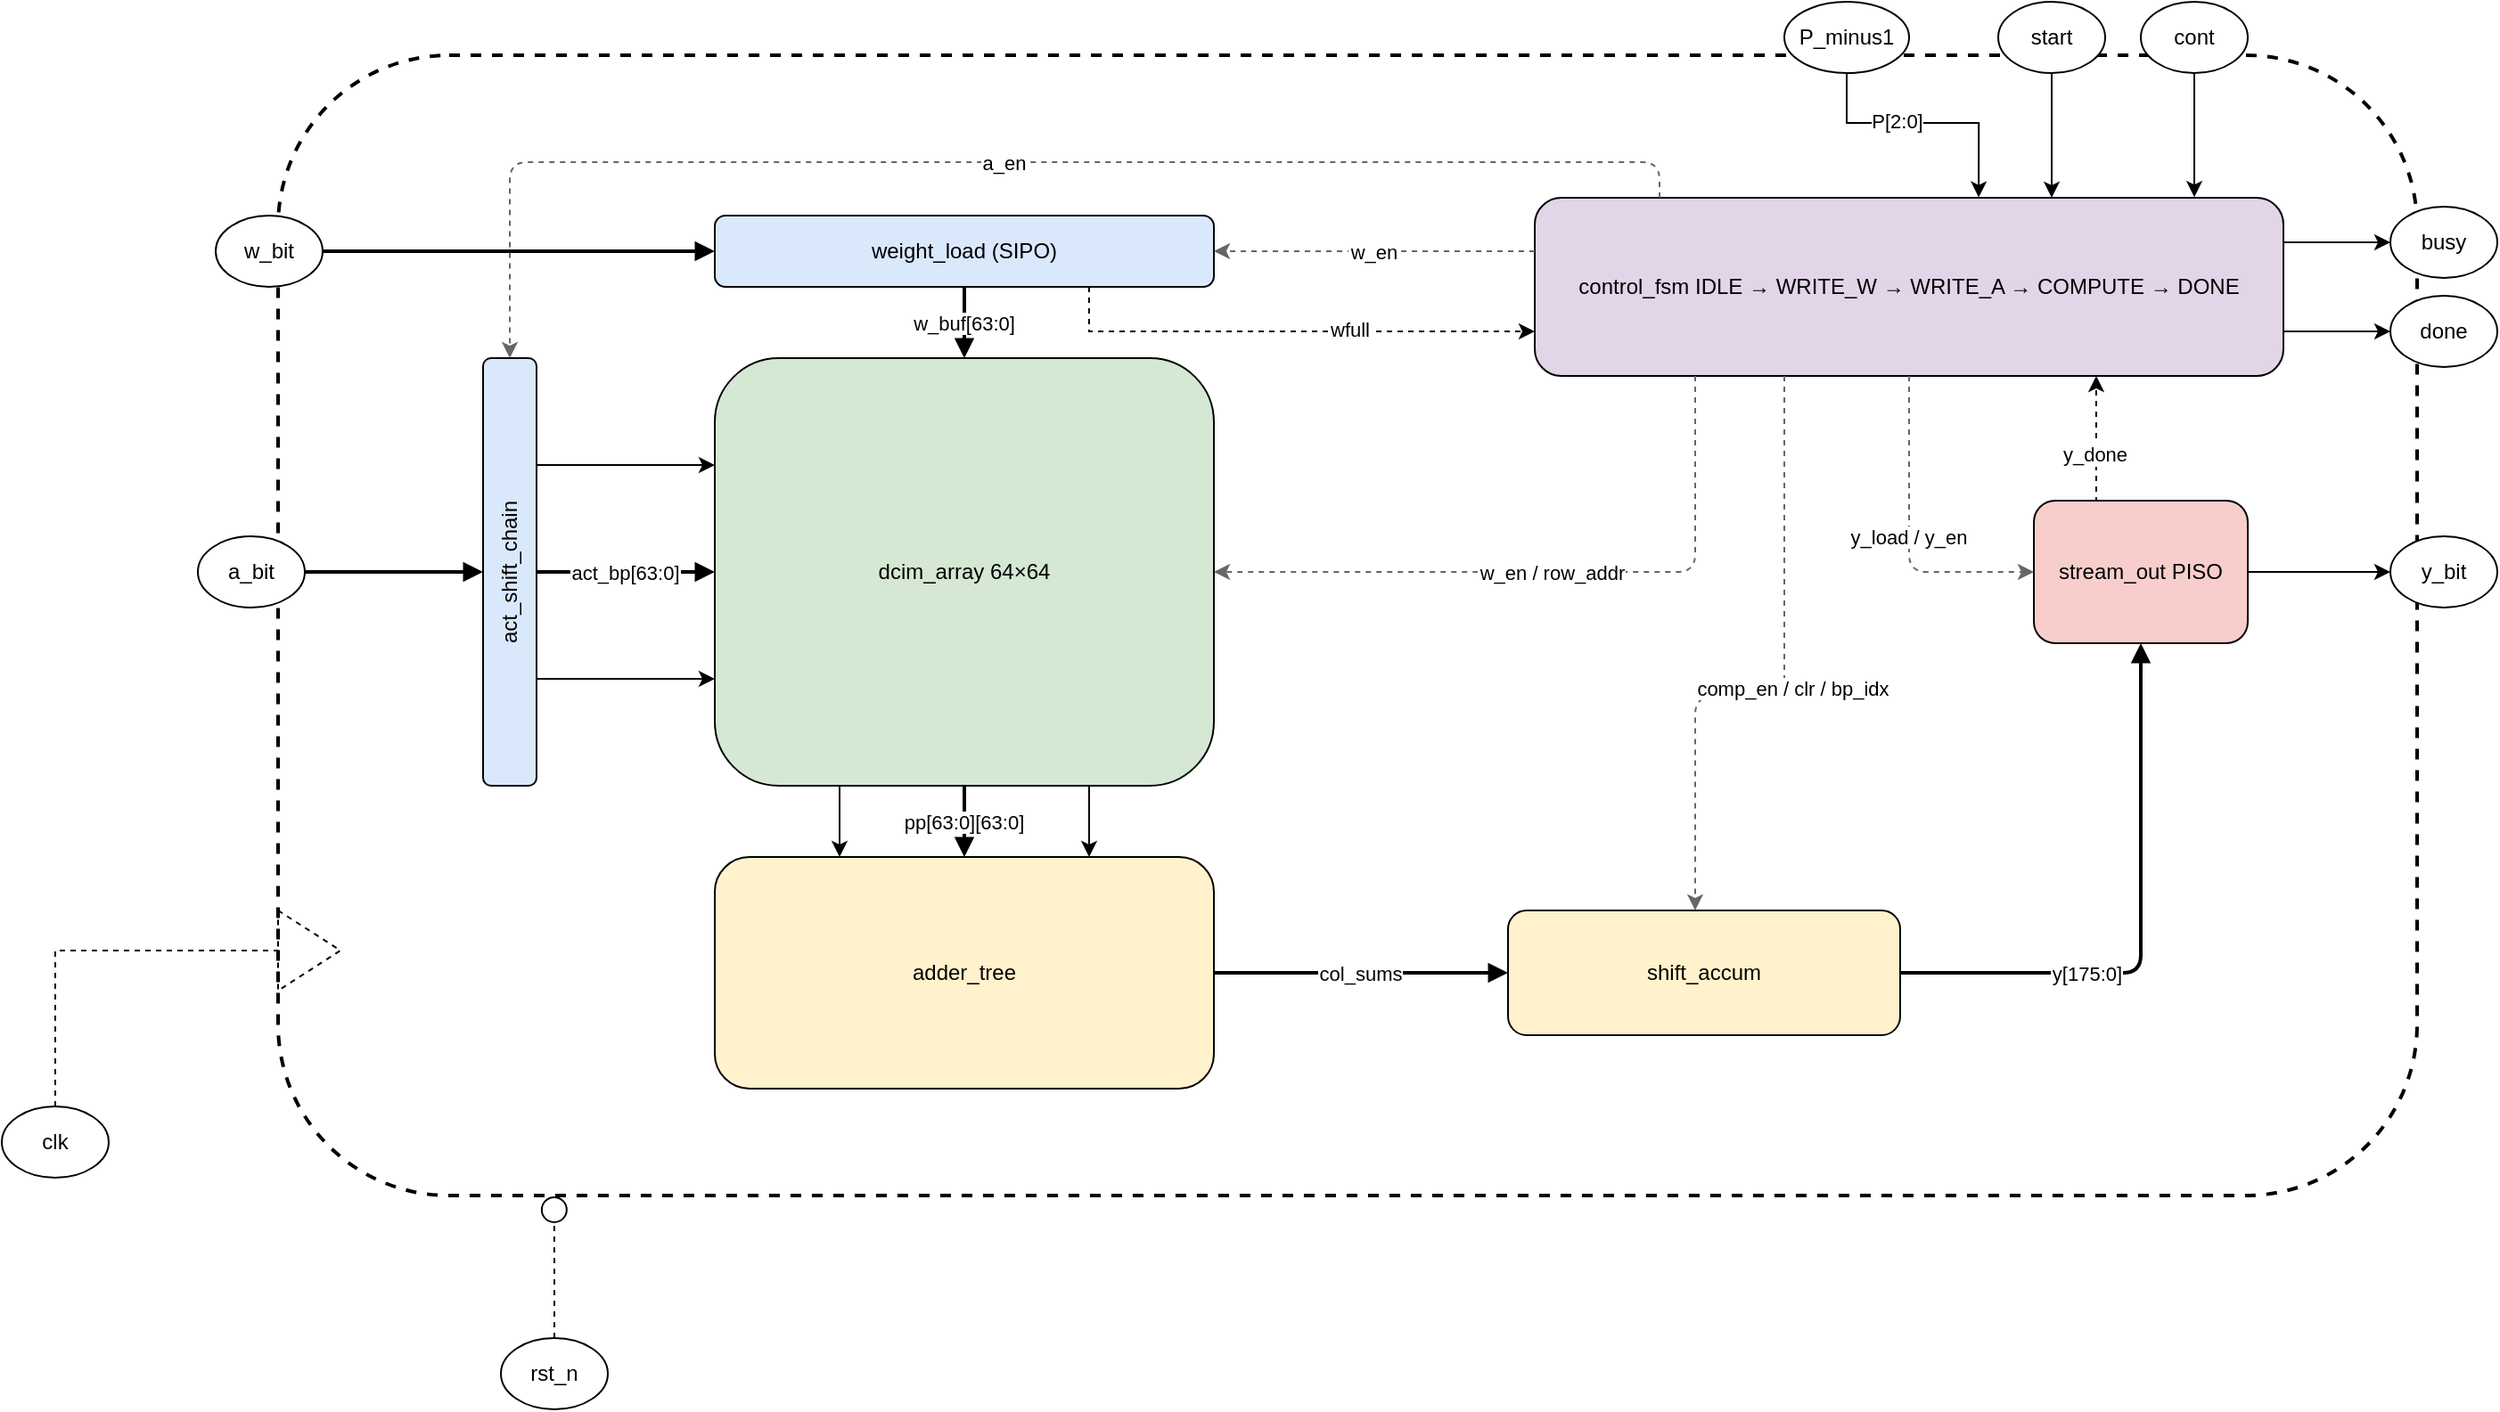
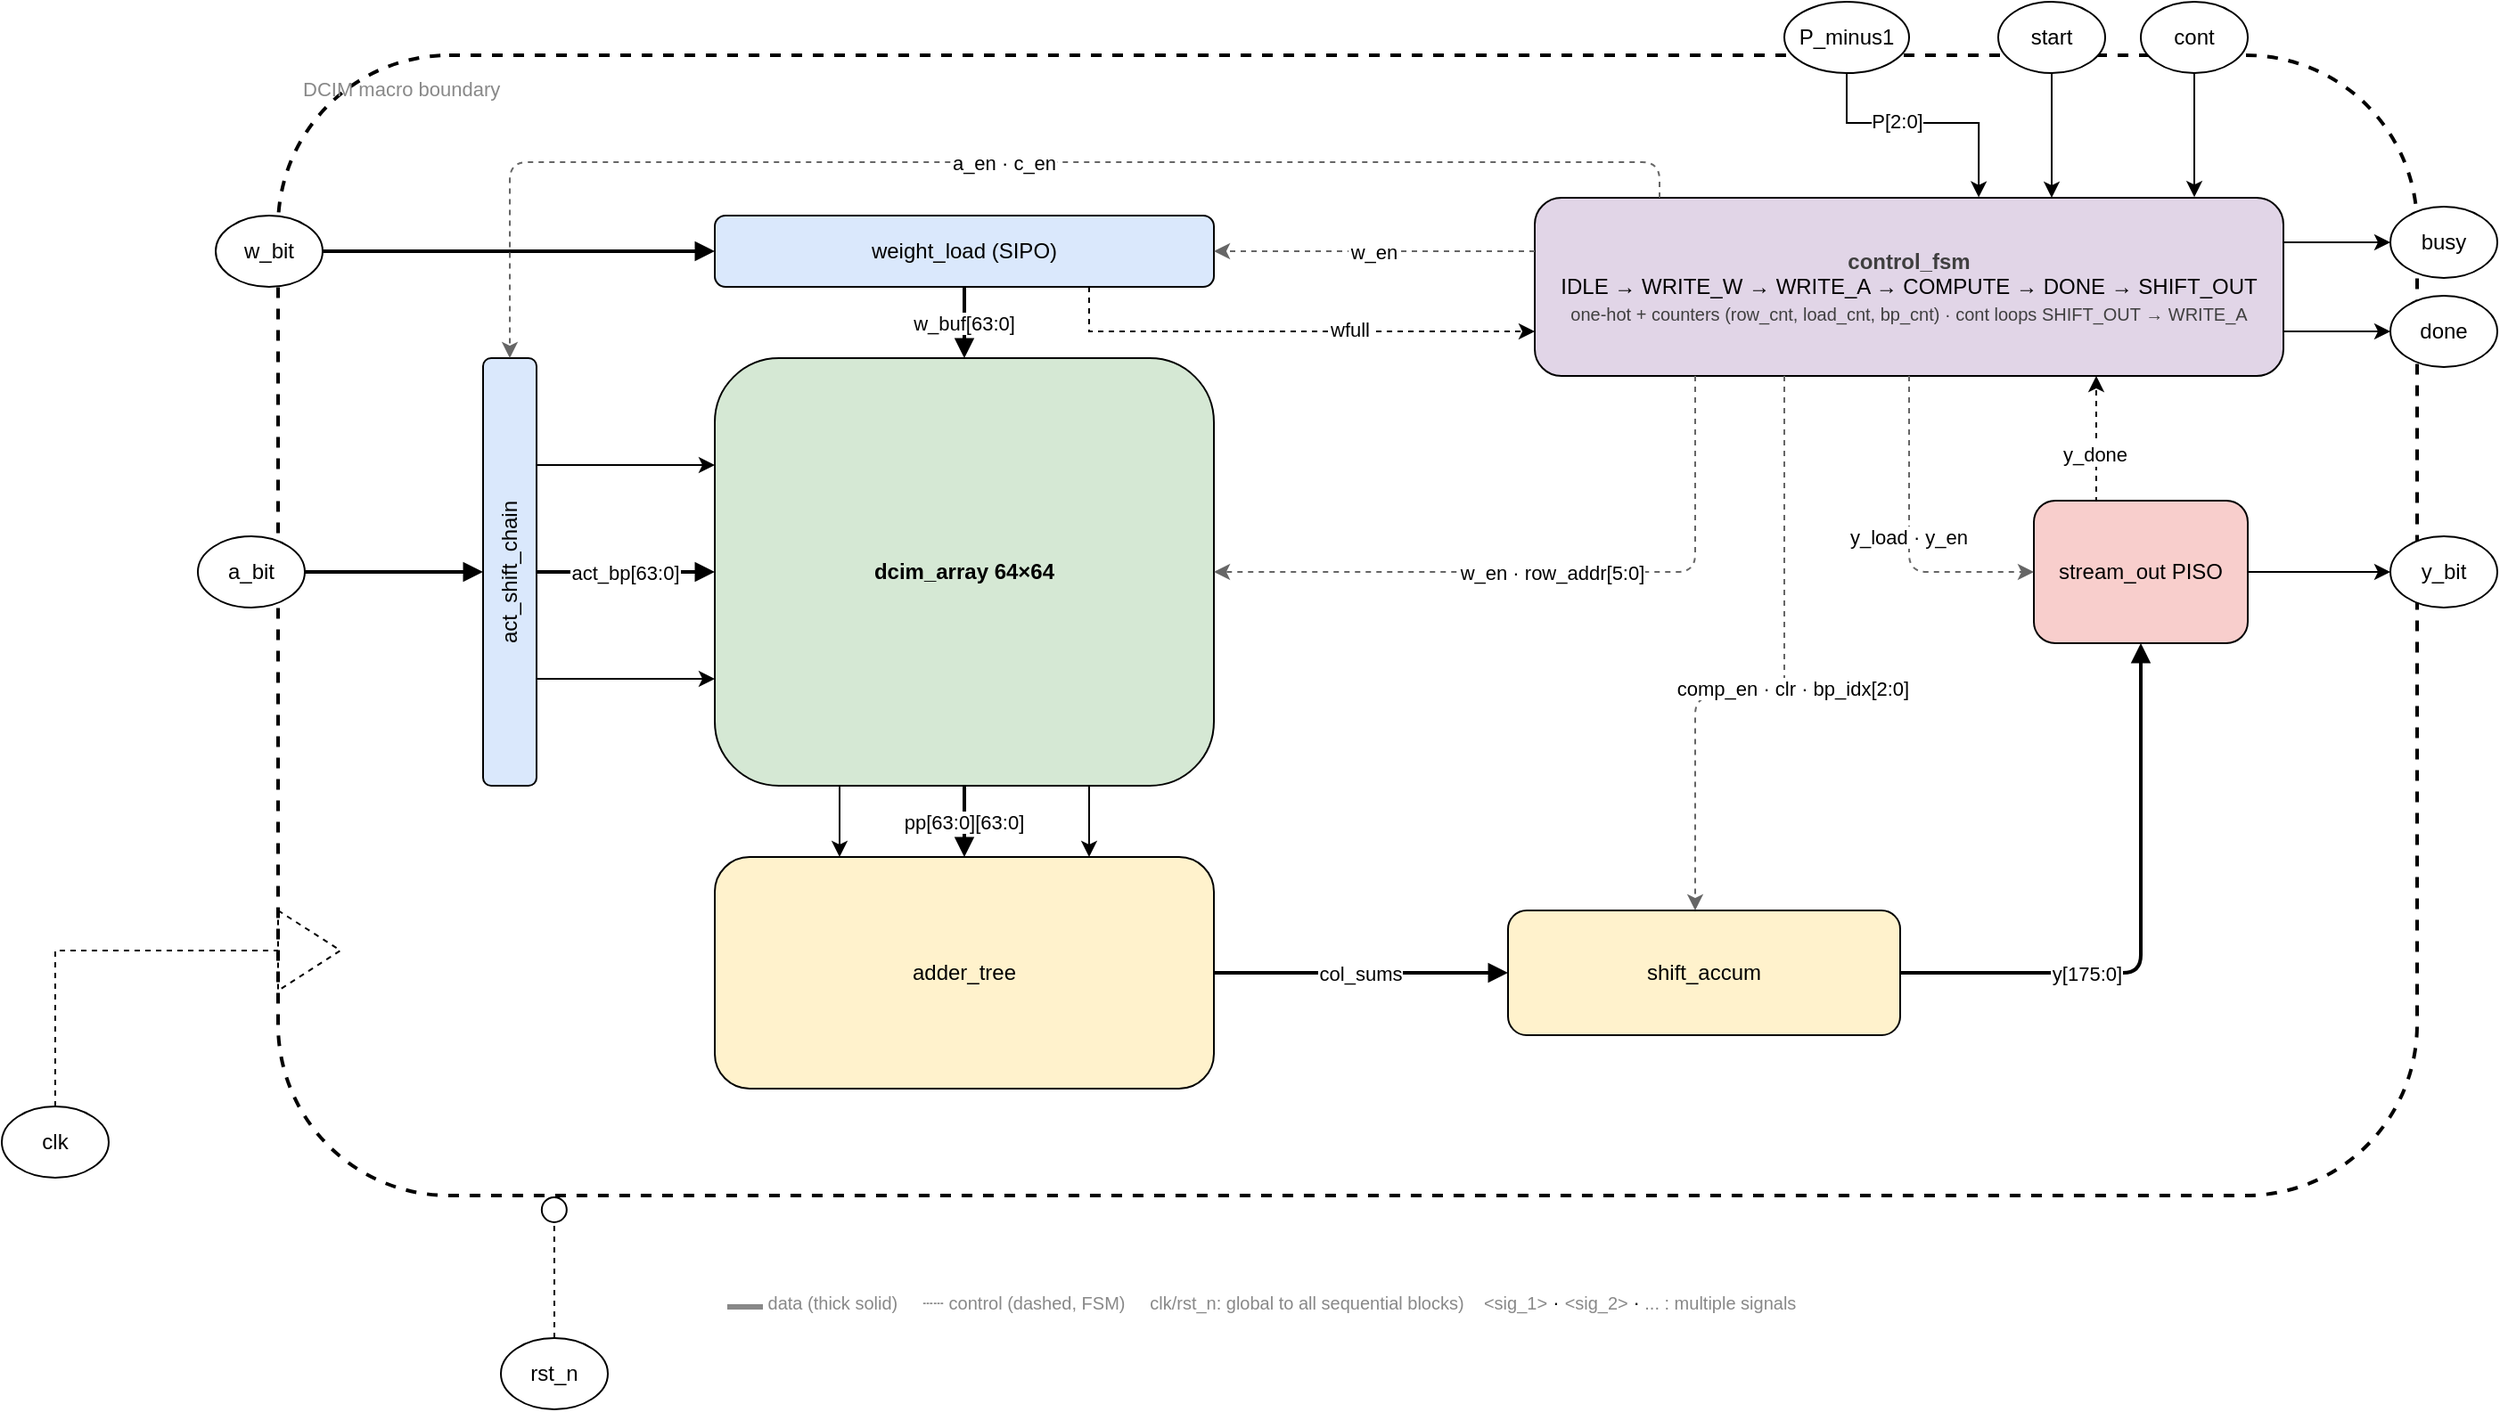
<mxfile host="65bd71144e">
    <diagram name="DCIM Macro Architecture" id="0">
-         <mxGraphModel dx="630" dy="434" grid="1" gridSize="5" guides="1" tooltips="1" connect="1" arrows="1" fold="1" page="1" pageScale="1" pageWidth="850" pageHeight="1100" math="0" shadow="0">
+         <mxGraphModel dx="1075" dy="570" grid="1" gridSize="5" guides="1" tooltips="1" connect="1" arrows="1" fold="1" page="1" pageScale="1" pageWidth="850" pageHeight="1100" math="0" shadow="0">
            <root>
                <mxCell id="0"/>
                <mxCell id="1" parent="0"/>
-                 <mxCell id="macro" value=" " style="rounded=1;whiteSpace=wrap;html=1;strokeColor=#000000;dashed=1;fillColor=none;strokeWidth=2;" parent="1" vertex="1">
+                 <mxCell id="4" value="DCIM macro boundary" style="rounded=1;whiteSpace=wrap;html=1;strokeColor=#000000;dashed=1;fillColor=none;strokeWidth=2;verticalAlign=top;align=left;spacingLeft=12;spacingTop=6;fontSize=11;fontColor=#888888;" vertex="1" parent="1">
                    <mxGeometry x="205" y="190" width="1200" height="640" as="geometry"/>
                </mxCell>
                <mxCell id="w_bit" value="w_bit" style="ellipse;whiteSpace=wrap;html=1;fillColor=#ffffff;" parent="1" vertex="1">
                    <mxGeometry x="170" y="280" width="60" height="40" as="geometry"/>
                </mxCell>
                <mxCell id="a_bit" value="a_bit" style="ellipse;whiteSpace=wrap;html=1;fillColor=#ffffff;" parent="1" vertex="1">
                    <mxGeometry x="160" y="460" width="60" height="40" as="geometry"/>
                </mxCell>
                <mxCell id="1HYrG322IdCjEMsv3LXA-39" style="edgeStyle=orthogonalEdgeStyle;rounded=0;orthogonalLoop=1;jettySize=auto;html=1;exitX=0.75;exitY=1;exitDx=0;exitDy=0;entryX=0;entryY=0.75;entryDx=0;entryDy=0;dashed=1;strokeColor=light-dark(#000000,#959595);" parent="1" source="weight_load" target="fsm" edge="1">
                    <mxGeometry relative="1" as="geometry"/>
                </mxCell>
                <mxCell id="1HYrG322IdCjEMsv3LXA-40" value="wfull" style="edgeLabel;html=1;align=center;verticalAlign=middle;resizable=0;points=[];" parent="1HYrG322IdCjEMsv3LXA-39" connectable="0" vertex="1">
                    <mxGeometry x="0.2393" y="1" relative="1" as="geometry">
                        <mxPoint as="offset"/>
                    </mxGeometry>
                </mxCell>
                <mxCell id="weight_load" value="weight_load (SIPO)" style="rounded=1;whiteSpace=wrap;html=1;fillColor=#dae8fc;" parent="1" vertex="1">
                    <mxGeometry x="450" y="280" width="280" height="40" as="geometry"/>
                </mxCell>
                <mxCell id="1HYrG322IdCjEMsv3LXA-5" style="edgeStyle=orthogonalEdgeStyle;rounded=0;orthogonalLoop=1;jettySize=auto;html=1;exitX=1;exitY=0.25;exitDx=0;exitDy=0;entryX=0;entryY=0.25;entryDx=0;entryDy=0;" parent="1" source="act_shift" target="array" edge="1">
                    <mxGeometry relative="1" as="geometry"/>
                </mxCell>
                <mxCell id="1HYrG322IdCjEMsv3LXA-6" style="edgeStyle=orthogonalEdgeStyle;rounded=0;orthogonalLoop=1;jettySize=auto;html=1;exitX=1;exitY=0.75;exitDx=0;exitDy=0;entryX=0;entryY=0.75;entryDx=0;entryDy=0;" parent="1" source="act_shift" target="array" edge="1">
                    <mxGeometry relative="1" as="geometry"/>
                </mxCell>
                <mxCell id="act_shift" value="act_shift_chain" style="rounded=1;whiteSpace=wrap;html=1;fillColor=#dae8fc;horizontal=0;" parent="1" vertex="1">
                    <mxGeometry x="320" y="360" width="30" height="240" as="geometry"/>
                </mxCell>
                <mxCell id="1HYrG322IdCjEMsv3LXA-11" style="edgeStyle=orthogonalEdgeStyle;rounded=0;orthogonalLoop=1;jettySize=auto;html=1;exitX=0.25;exitY=1;exitDx=0;exitDy=0;entryX=0.25;entryY=0;entryDx=0;entryDy=0;" parent="1" source="array" target="adder" edge="1">
                    <mxGeometry relative="1" as="geometry"/>
                </mxCell>
                <mxCell id="1HYrG322IdCjEMsv3LXA-12" style="edgeStyle=orthogonalEdgeStyle;rounded=0;orthogonalLoop=1;jettySize=auto;html=1;exitX=0.75;exitY=1;exitDx=0;exitDy=0;entryX=0.75;entryY=0;entryDx=0;entryDy=0;" parent="1" source="array" target="adder" edge="1">
                    <mxGeometry relative="1" as="geometry"/>
                </mxCell>
-                 <mxCell id="array" value="dcim_array 64×64" style="rounded=1;whiteSpace=wrap;html=1;fillColor=#d5e8d4;" parent="1" vertex="1">
+                 <mxCell id="array" value="&lt;b&gt;dcim_array 64×64&lt;/b&gt;" style="rounded=1;whiteSpace=wrap;html=1;fillColor=#d5e8d4;" parent="1" vertex="1">
                    <mxGeometry x="450" y="360" width="280" height="240" as="geometry"/>
                </mxCell>
                <mxCell id="adder" value="adder_tree" style="rounded=1;whiteSpace=wrap;html=1;fillColor=#fff2cc;" parent="1" vertex="1">
                    <mxGeometry x="450" y="640" width="280" height="130" as="geometry"/>
                </mxCell>
                <mxCell id="accum" value="shift_accum" style="rounded=1;whiteSpace=wrap;html=1;fillColor=#fff2cc;" parent="1" vertex="1">
                    <mxGeometry x="895" y="670" width="220" height="70" as="geometry"/>
                </mxCell>
                <mxCell id="1HYrG322IdCjEMsv3LXA-41" style="edgeStyle=orthogonalEdgeStyle;rounded=0;orthogonalLoop=1;jettySize=auto;html=1;exitX=0.5;exitY=0;exitDx=0;exitDy=0;entryX=0.75;entryY=1;entryDx=0;entryDy=0;strokeColor=light-dark(#000000,#959595);dashed=1;" parent="1" source="stream" target="fsm" edge="1">
                    <mxGeometry relative="1" as="geometry">
                        <Array as="points">
                            <mxPoint x="1225" y="440"/>
                        </Array>
                    </mxGeometry>
                </mxCell>
                <mxCell id="1HYrG322IdCjEMsv3LXA-42" value="y_done" style="edgeLabel;html=1;align=center;verticalAlign=middle;resizable=0;points=[];" parent="1HYrG322IdCjEMsv3LXA-41" connectable="0" vertex="1">
                    <mxGeometry x="0.0868" y="1" relative="1" as="geometry">
                        <mxPoint as="offset"/>
                    </mxGeometry>
                </mxCell>
                <mxCell id="stream" value="stream_out PISO" style="rounded=1;whiteSpace=wrap;html=1;fillColor=#f8cecc;" parent="1" vertex="1">
                    <mxGeometry x="1190" y="440" width="120" height="80" as="geometry"/>
                </mxCell>
                <mxCell id="y_bit" value="y_bit" style="ellipse;whiteSpace=wrap;html=1;fillColor=#ffffff;" parent="1" vertex="1">
                    <mxGeometry x="1390" y="460" width="60" height="40" as="geometry"/>
                </mxCell>
                <mxCell id="ucsd4Uuv_09g0xMcgrOr-7" style="edgeStyle=none;html=1;exitX=1;exitY=0.25;exitDx=0;exitDy=0;entryX=0;entryY=0.5;entryDx=0;entryDy=0;" parent="1" source="fsm" target="ucsd4Uuv_09g0xMcgrOr-4" edge="1">
                    <mxGeometry relative="1" as="geometry"/>
                </mxCell>
-                 <mxCell id="fsm" value="control_fsm IDLE → WRITE_W → WRITE_A → COMPUTE → DONE" style="rounded=1;whiteSpace=wrap;html=1;fillColor=#e1d5e7;" parent="1" vertex="1">
+                 <mxCell id="fsm" value="&lt;b style=&quot;color: rgb(63, 63, 63); scrollbar-color: rgb(226, 226, 226) rgb(251, 251, 251);&quot;&gt;control_fsm&lt;/b&gt;&lt;br style=&quot;color: rgb(63, 63, 63); scrollbar-color: rgb(226, 226, 226) rgb(251, 251, 251);&quot;&gt;&lt;span style=&quot;color: rgb(0, 0, 0);&quot;&gt;IDLE → WRITE_W → WRITE_A → COMPUTE → DONE → SHIFT_OUT&lt;/span&gt;&lt;br style=&quot;color: rgb(63, 63, 63); scrollbar-color: rgb(226, 226, 226) rgb(251, 251, 251);&quot;&gt;&lt;font style=&quot;color: rgb(63, 63, 63); scrollbar-color: rgb(226, 226, 226) rgb(251, 251, 251); font-size: 10px;&quot;&gt;one-hot + counters (row_cnt, load_cnt, bp_cnt) · cont loops SHIFT_OUT → WRITE_A&lt;/font&gt;" style="rounded=1;whiteSpace=wrap;html=1;fillColor=#e1d5e7;" parent="1" vertex="1">
                    <mxGeometry x="910" y="270" width="420" height="100" as="geometry"/>
                </mxCell>
                <mxCell id="e1" style="edgeStyle=orthogonalEdgeStyle;endArrow=block;strokeWidth=2;" parent="1" source="w_bit" target="weight_load" edge="1">
                    <mxGeometry relative="1" as="geometry">
                        <Array as="points">
                            <mxPoint x="250" y="300"/>
                            <mxPoint x="250" y="300"/>
                        </Array>
                    </mxGeometry>
                </mxCell>
                <mxCell id="e2" style="edgeStyle=orthogonalEdgeStyle;endArrow=block;strokeWidth=2;" parent="1" source="a_bit" target="act_shift" edge="1">
                    <mxGeometry relative="1" as="geometry"/>
                </mxCell>
                <mxCell id="e3" value="w_buf[63:0]" style="edgeStyle=orthogonalEdgeStyle;endArrow=block;strokeWidth=2;" parent="1" source="weight_load" target="array" edge="1">
                    <mxGeometry relative="1" as="geometry"/>
                </mxCell>
                <mxCell id="e4" value="act_bp[63:0]" style="edgeStyle=orthogonalEdgeStyle;endArrow=block;strokeWidth=2;" parent="1" source="act_shift" target="array" edge="1">
-                     <mxGeometry relative="1" as="geometry"/>
+                     <mxGeometry relative="1" as="geometry">
+                         <mxPoint as="offset"/>
+                     </mxGeometry>
                </mxCell>
                <mxCell id="e5" value="pp[63:0][63:0]" style="edgeStyle=orthogonalEdgeStyle;endArrow=block;strokeWidth=2;" parent="1" source="array" target="adder" edge="1">
                    <mxGeometry relative="1" as="geometry"/>
                </mxCell>
                <mxCell id="e6" value="col_sums" style="edgeStyle=orthogonalEdgeStyle;endArrow=block;strokeWidth=2;" parent="1" source="adder" target="accum" edge="1">
                    <mxGeometry relative="1" as="geometry"/>
                </mxCell>
                <mxCell id="e7" value="y[175:0]" style="edgeStyle=orthogonalEdgeStyle;endArrow=block;strokeWidth=2;" parent="1" source="accum" target="stream" edge="1">
                    <mxGeometry x="-0.3425" relative="1" as="geometry">
                        <mxPoint as="offset"/>
                    </mxGeometry>
                </mxCell>
                <mxCell id="e8" parent="1" source="stream" target="y_bit" edge="1">
                    <mxGeometry relative="1" as="geometry"/>
                </mxCell>
                <mxCell id="c1" value="w_en" style="edgeStyle=orthogonalEdgeStyle;dashed=1;strokeColor=#666666;" parent="1" source="fsm" target="weight_load" edge="1">
                    <mxGeometry relative="1" as="geometry">
                        <mxPoint as="offset"/>
                        <Array as="points">
                            <mxPoint x="880" y="300"/>
                            <mxPoint x="880" y="300"/>
                        </Array>
                    </mxGeometry>
                </mxCell>
-                 <mxCell id="c2" value="a_en" style="edgeStyle=orthogonalEdgeStyle;dashed=1;strokeColor=#666666;" parent="1" source="fsm" target="act_shift" edge="1">
+                 <mxCell id="c2" value="a_en · c_en" style="edgeStyle=orthogonalEdgeStyle;dashed=1;strokeColor=#666666;" parent="1" source="fsm" target="act_shift" edge="1">
                    <mxGeometry relative="1" as="geometry">
                        <Array as="points">
                            <mxPoint x="980" y="250"/>
                            <mxPoint x="335" y="250"/>
                        </Array>
                    </mxGeometry>
                </mxCell>
-                 <mxCell id="c3" value="w_en / row_addr" style="edgeStyle=orthogonalEdgeStyle;dashed=1;strokeColor=#666666;" parent="1" source="fsm" target="array" edge="1">
+                 <mxCell id="c3" value="w_en · row_addr[5:0]" style="edgeStyle=orthogonalEdgeStyle;dashed=1;strokeColor=#666666;" parent="1" source="fsm" target="array" edge="1">
                    <mxGeometry relative="1" as="geometry">
                        <mxPoint as="offset"/>
                        <Array as="points">
                            <mxPoint x="1000" y="480"/>
                        </Array>
                    </mxGeometry>
                </mxCell>
-                 <mxCell id="c4" value="comp_en / clr / bp_idx" style="edgeStyle=orthogonalEdgeStyle;dashed=1;strokeColor=#666666;" parent="1" source="fsm" target="accum" edge="1">
+                 <mxCell id="c4" value="comp_en · clr · bp_idx[2:0]" style="edgeStyle=orthogonalEdgeStyle;dashed=1;strokeColor=#666666;" parent="1" source="fsm" target="accum" edge="1">
                    <mxGeometry y="5" relative="1" as="geometry">
                        <Array as="points">
                            <mxPoint x="1050" y="550"/>
                            <mxPoint x="1000" y="550"/>
                        </Array>
                        <mxPoint as="offset"/>
                    </mxGeometry>
                </mxCell>
-                 <mxCell id="c5" value="y_load / y_en" style="edgeStyle=orthogonalEdgeStyle;dashed=1;strokeColor=#666666;" parent="1" source="fsm" target="stream" edge="1">
+                 <mxCell id="c5" value="y_load · y_en" style="edgeStyle=orthogonalEdgeStyle;dashed=1;strokeColor=#666666;" parent="1" source="fsm" target="stream" edge="1">
                    <mxGeometry relative="1" as="geometry">
                        <Array as="points">
                            <mxPoint x="1120" y="480"/>
                        </Array>
                    </mxGeometry>
                </mxCell>
                <mxCell id="1HYrG322IdCjEMsv3LXA-18" value="cont" style="ellipse;whiteSpace=wrap;html=1;fillColor=#ffffff;" parent="1" vertex="1">
                    <mxGeometry x="1250" y="160" width="60" height="40" as="geometry"/>
                </mxCell>
                <mxCell id="1HYrG322IdCjEMsv3LXA-19" value="start" style="ellipse;whiteSpace=wrap;html=1;fillColor=#ffffff;" parent="1" vertex="1">
                    <mxGeometry x="1170" y="160" width="60" height="40" as="geometry"/>
                </mxCell>
                <mxCell id="1HYrG322IdCjEMsv3LXA-20" value="P_minus1" style="ellipse;whiteSpace=wrap;html=1;fillColor=#ffffff;" parent="1" vertex="1">
                    <mxGeometry x="1050" y="160" width="70" height="40" as="geometry"/>
                </mxCell>
                <mxCell id="1HYrG322IdCjEMsv3LXA-21" style="edgeStyle=orthogonalEdgeStyle;rounded=0;orthogonalLoop=1;jettySize=auto;html=1;exitX=0.5;exitY=1;exitDx=0;exitDy=0;entryX=0.593;entryY=-0.002;entryDx=0;entryDy=0;entryPerimeter=0;labelBackgroundColor=none;" parent="1" source="1HYrG322IdCjEMsv3LXA-20" target="fsm" edge="1">
                    <mxGeometry relative="1" as="geometry">
                        <Array as="points">
                            <mxPoint x="1085" y="228"/>
                            <mxPoint x="1159" y="228"/>
                        </Array>
                        <mxPoint x="1084.65" y="199.2" as="sourcePoint"/>
                        <mxPoint x="1159.4" y="280" as="targetPoint"/>
                    </mxGeometry>
                </mxCell>
                <mxCell id="ucsd4Uuv_09g0xMcgrOr-26" value="P[2:0]" style="edgeLabel;html=1;align=center;verticalAlign=middle;resizable=0;points=[];" parent="1HYrG322IdCjEMsv3LXA-21" vertex="1" connectable="0">
                    <mxGeometry x="-0.2189" y="1" relative="1" as="geometry">
                        <mxPoint as="offset"/>
                    </mxGeometry>
                </mxCell>
                <mxCell id="1HYrG322IdCjEMsv3LXA-22" style="edgeStyle=orthogonalEdgeStyle;rounded=0;orthogonalLoop=1;jettySize=auto;html=1;exitX=0.5;exitY=1;exitDx=0;exitDy=0;" parent="1" source="1HYrG322IdCjEMsv3LXA-19" edge="1">
                    <mxGeometry relative="1" as="geometry">
                        <Array as="points">
                            <mxPoint x="1200" y="238"/>
                            <mxPoint x="1200" y="238"/>
                        </Array>
                        <mxPoint x="1199.97" y="200" as="sourcePoint"/>
                        <mxPoint x="1200" y="270" as="targetPoint"/>
                    </mxGeometry>
                </mxCell>
                <mxCell id="1HYrG322IdCjEMsv3LXA-28" value="" style="triangle;whiteSpace=wrap;html=1;dashed=1;fillColor=none;" parent="1" vertex="1">
                    <mxGeometry x="205" y="670" width="35" height="45" as="geometry"/>
                </mxCell>
                <mxCell id="1HYrG322IdCjEMsv3LXA-32" style="edgeStyle=orthogonalEdgeStyle;rounded=0;orthogonalLoop=1;jettySize=auto;html=1;exitX=0.5;exitY=0;exitDx=0;exitDy=0;entryX=0;entryY=0.5;entryDx=0;entryDy=0;dashed=1;endArrow=none;endFill=0;" parent="1" source="1HYrG322IdCjEMsv3LXA-29" target="1HYrG322IdCjEMsv3LXA-28" edge="1">
                    <mxGeometry relative="1" as="geometry"/>
                </mxCell>
                <mxCell id="1HYrG322IdCjEMsv3LXA-29" value="clk" style="ellipse;whiteSpace=wrap;html=1;fillColor=#ffffff;" parent="1" vertex="1">
                    <mxGeometry x="50" y="780" width="60" height="40" as="geometry"/>
                </mxCell>
                <mxCell id="1HYrG322IdCjEMsv3LXA-34" style="edgeStyle=orthogonalEdgeStyle;rounded=0;orthogonalLoop=1;jettySize=auto;html=1;exitX=0.5;exitY=0;exitDx=0;exitDy=0;entryX=0.5;entryY=1;entryDx=0;entryDy=0;dashed=1;endArrow=circle;endFill=0;" parent="1" source="1HYrG322IdCjEMsv3LXA-30" edge="1">
                    <mxGeometry relative="1" as="geometry">
                        <mxPoint x="359.9" y="890" as="sourcePoint"/>
                        <mxPoint x="359.9" y="830" as="targetPoint"/>
                    </mxGeometry>
                </mxCell>
                <mxCell id="1HYrG322IdCjEMsv3LXA-30" value="rst_n" style="ellipse;whiteSpace=wrap;html=1;fillColor=#ffffff;" parent="1" vertex="1">
                    <mxGeometry x="330" y="910" width="60" height="40" as="geometry"/>
                </mxCell>
                <mxCell id="ucsd4Uuv_09g0xMcgrOr-2" style="edgeStyle=none;html=1;exitX=0.5;exitY=1;exitDx=0;exitDy=0;entryX=0.881;entryY=-0.004;entryDx=0;entryDy=0;entryPerimeter=0;" parent="1" source="1HYrG322IdCjEMsv3LXA-18" target="fsm" edge="1">
                    <mxGeometry relative="1" as="geometry">
                        <mxPoint x="1279.86" y="199" as="sourcePoint"/>
                        <mxPoint x="1279.8799999999999" y="270" as="targetPoint"/>
                    </mxGeometry>
                </mxCell>
                <mxCell id="ucsd4Uuv_09g0xMcgrOr-4" value="busy" style="ellipse;whiteSpace=wrap;html=1;fillColor=#ffffff;horizontal=1;" parent="1" vertex="1">
                    <mxGeometry x="1390" y="275" width="60" height="40" as="geometry"/>
                </mxCell>
                <mxCell id="ucsd4Uuv_09g0xMcgrOr-24" style="edgeStyle=none;html=1;entryX=0;entryY=0.5;entryDx=0;entryDy=0;exitX=1;exitY=0.75;exitDx=0;exitDy=0;" parent="1" source="fsm" target="ucsd4Uuv_09g0xMcgrOr-25" edge="1">
                    <mxGeometry relative="1" as="geometry">
                        <mxPoint x="1345" y="340" as="sourcePoint"/>
                    </mxGeometry>
                </mxCell>
                <mxCell id="ucsd4Uuv_09g0xMcgrOr-25" value="done" style="ellipse;whiteSpace=wrap;html=1;fillColor=#ffffff;horizontal=1;" parent="1" vertex="1">
                    <mxGeometry x="1390" y="325" width="60" height="40" as="geometry"/>
+                 </mxCell>
+                 <mxCell id="5" value="▬▬ data (thick solid) &amp;nbsp;&amp;nbsp;&amp;nbsp; ┄┄ control (dashed, FSM) &amp;nbsp;&amp;nbsp;&amp;nbsp; clk/rst_n: global to all sequential blocks&lt;span style=&quot;color: rgb(136, 136, 136);&quot;&gt;)&amp;nbsp; &amp;nbsp; &amp;lt;sig_1&amp;gt;&lt;span style=&quot;color: rgb(0, 0, 0); font-size: 11px; text-align: center; background-color: rgb(255, 255, 255);&quot;&gt;&amp;nbsp;· &lt;/span&gt;&amp;lt;sig_2&amp;gt;&amp;nbsp;&lt;span style=&quot;color: rgb(0, 0, 0); font-size: 11px; text-align: center; background-color: rgb(255, 255, 255);&quot;&gt;·&lt;/span&gt;&amp;nbsp;... : multiple signals&amp;nbsp;&lt;/span&gt;" style="text;html=1;align=left;verticalAlign=middle;fontSize=10;fontColor=#888888;" vertex="1" parent="1">
+                     <mxGeometry x="455" y="880" width="610" height="20" as="geometry"/>
                </mxCell>
            </root>
        </mxGraphModel>
    </diagram>
</mxfile>